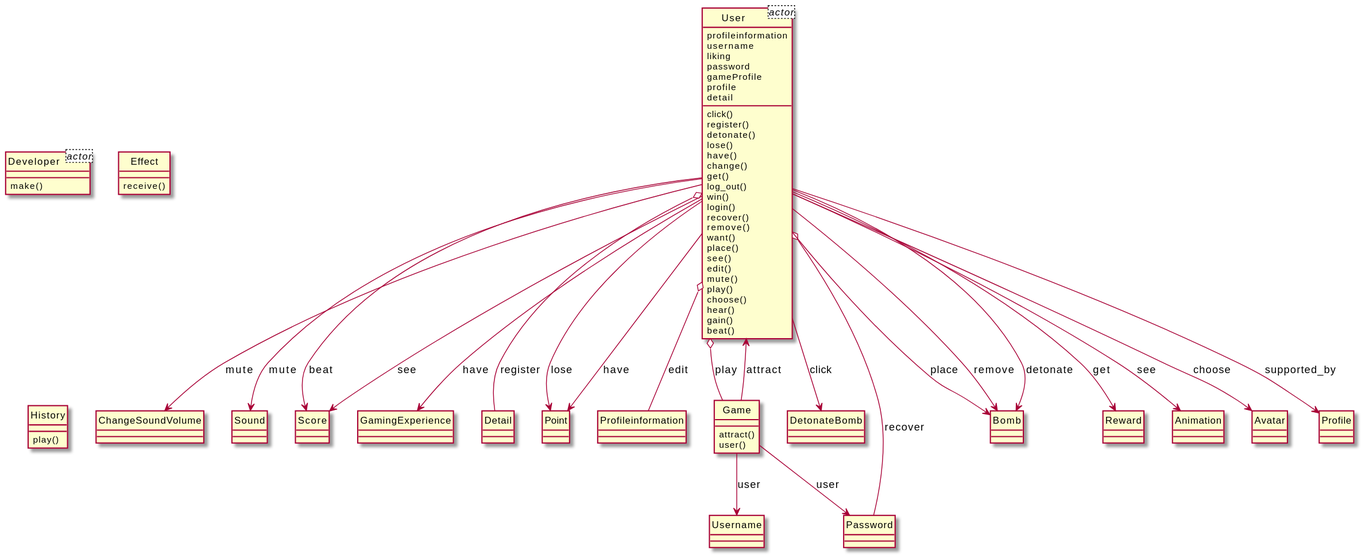
This is output/diagram_5/2016-USC-Project06.svg from xixixhalu/DomainModelExtractor, a PlantUML export, as it was before one commit.
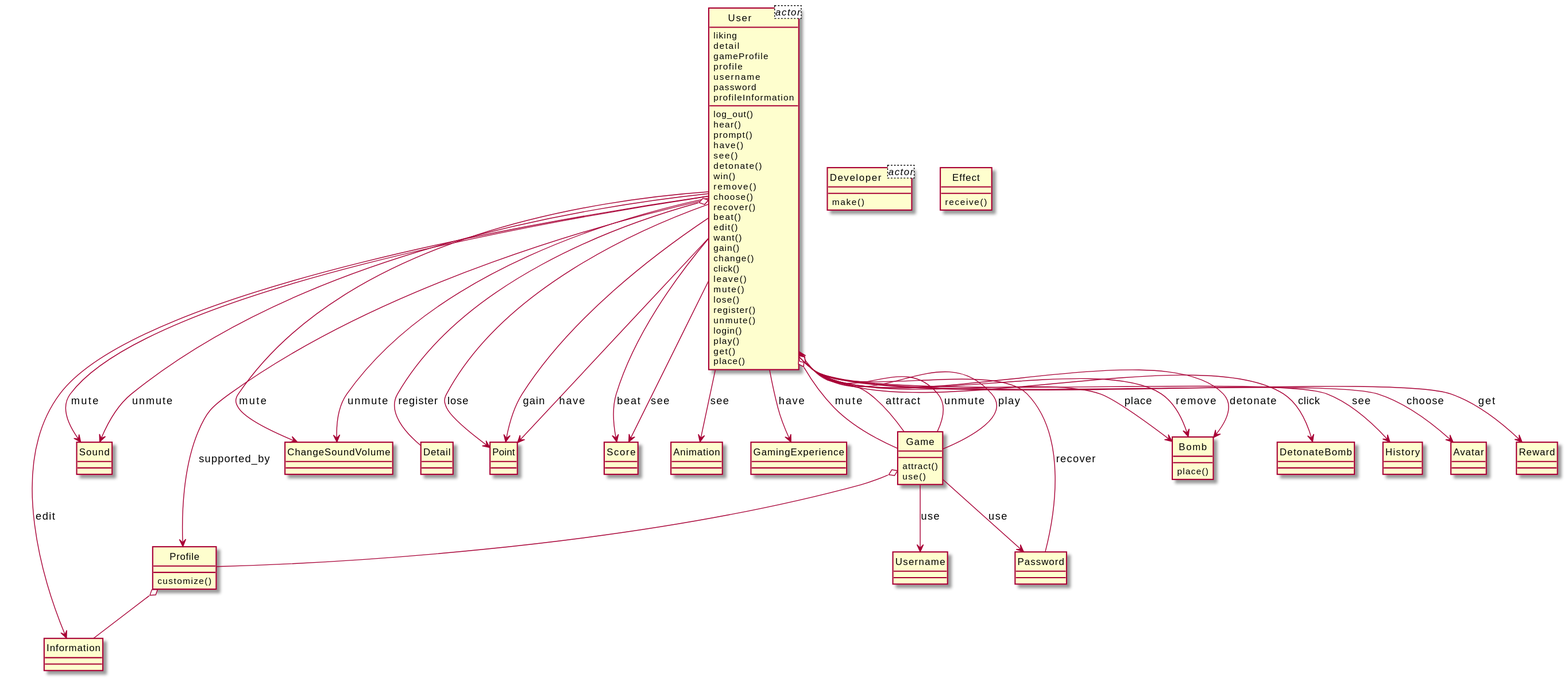
After the commit.

The edit, as a diff of the source:
```diff
@@ -1,103 +1,115 @@
 @startuml
 hide circle
 class User<actor> {
-	profileinformation
-	username
 	liking
-	password
+	detail
 	gameProfile
 	profile
-	detail
+	username
+	password
+	profileInformation
 }
 class Developer<actor> {
 }
+class Information {
+}
 class User {
+	log_out()
+	hear()
+	prompt()
+	have()
+	see()
+	detonate()
+	win()
+	remove()
+	choose()
+	recover()
+	beat()
+	edit()
+	want()
+	gain()
+	change()
 	click()
+	leave()
+	mute()
+	lose()
 	register()
-	detonate()
-	lose()
-	have()
-	change()
+	unmute()
+	login()
+	play()
 	get()
-	log_out()
-	win()
-	login()
-	recover()
-	remove()
-	want()
 	place()
-	see()
-	edit()
-	mute()
-	play()
-	choose()
-	hear()
-	gain()
-	beat()
-}
-class ChangeSoundVolume {
 }
 class Sound {
 }
-class Score {
+class Game {
+	attract()
+	use()
 }
-class GamingExperience {
-}
-class Effect {
-	receive()
+class ChangeSoundVolume {
 }
 class Detail {
 }
 class Point {
 }
-class Profileinformation {
+class Score {
 }
-class Game {
-	attract()
-	user()
+class Animation {
 }
-class DetonateBomb {
+class Developer {
+	make()
+}
+class GamingExperience {
+}
+class Profile {
+	customize()
 }
 class Password {
 }
 class Bomb {
+	place()
 }
-class Developer {
-	make()
+class DetonateBomb {
+}
+class History {
+}
+class Avatar {
 }
 class Reward {
 }
-class Animation {
-}
-class Avatar {
-}
-class History {
-	play()
-}
 class Username {
 }
-class Profile {
+class Effect {
+	receive()
 }
+User --> Information : edit
+User o-- Game : unmute
+User --> Point : have
+Game --> Password : use
+User --> Sound : mute
+User o-- Game : play
 User --> Score : beat
+User --> Avatar : choose
+User --> Animation : see
+User --> Score : see
+User --> Reward : get
+User --> ChangeSoundVolume : mute
+Game --> Username : use
+User --> GamingExperience : have
+User --> Bomb : remove
+Game --> User : attract
+User --> Bomb : detonate
+User --> Point : lose
+User o-- Game : mute
 User --> Profile : supported_by
-Game --> User : attract
+User --> Point : gain
+User o-- Detail : register
+Game o-- Profile
+Profile o-- Information
 User o-- Password : recover
-User --> GamingExperience : have
-User o-- Game : play
-Game --> Username : user
+User --> History : see
+User --> Bomb : place
+User --> ChangeSoundVolume : unmute
+User --> Sound : unmute
 User --> DetonateBomb : click
-Game --> Password : user
-User o-- Profileinformation : edit
-User --> Bomb : place
-User --> Bomb : remove
-User --> Point : lose
-User --> Reward : get
-User --> Score : see
-User --> Animation : see
-User --> Point : have
-User --> ChangeSoundVolume : mute
-User --> Bomb : detonate
-User --> Avatar : choose
-User o-- Detail : register
-User --> Sound : mute
 @enduml
```
